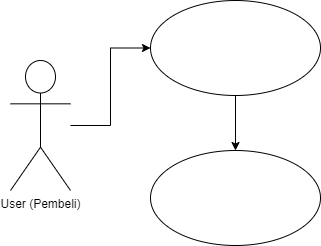
Before: Diagram Skripsi (UML).drawio.png, a diagram exported from draw.io (rifqirm/diagram-skripsi-UML-). Source tidied: cells renumbered, new cells last; positions are measured from the earlier drawing's top-left corner, leaving out a move shared by most shapes.
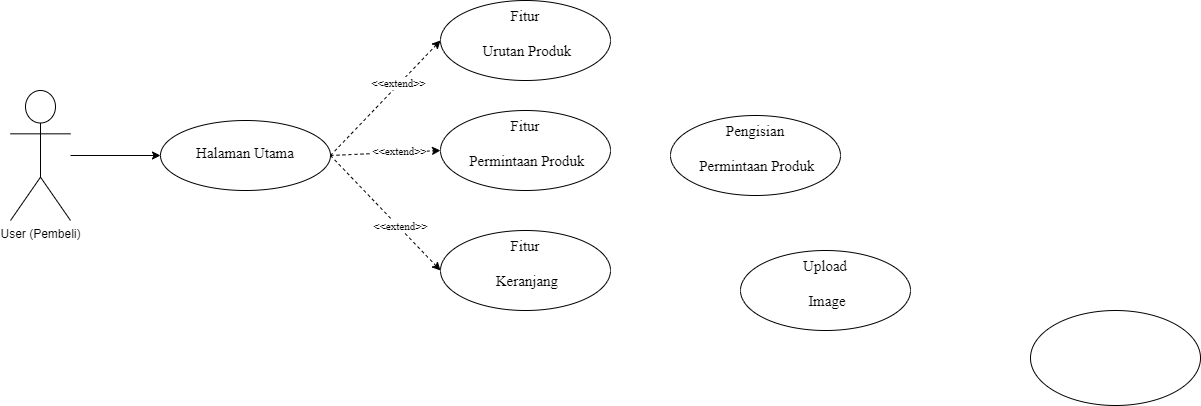
Later version of the same file.

Change to the diagram source:
```diff
@@ -6,16 +6,46 @@
       <mxGeometry relative="1" as="geometry" />
     </mxCell>
     <mxCell id="3" value="User (Pembeli)" style="shape=umlActor;verticalLabelPosition=bottom;verticalAlign=top;html=1;outlineConnect=0;" parent="1" vertex="1">
-      <mxGeometry y="60" width="60" height="130" as="geometry" />
+      <mxGeometry x="20" y="340" width="60" height="130" as="geometry" />
     </mxCell>
-    <mxCell id="4" style="edgeStyle=orthogonalEdgeStyle;rounded=0;jettySize=auto;html=1;entryX=0.5;entryY=0;entryDx=0;entryDy=0;" parent="1" edge="1" source="5" target="6">
-      <mxGeometry relative="1" as="geometry" />
-    </mxCell>
+    <mxCell id="7" style="rounded=0;jettySize=auto;html=1;entryX=0;entryY=0.5;entryDx=0;entryDy=0;exitX=1;exitY=0.5;exitDx=0;exitDy=0;dashed=1;" parent="1" edge="1" source="5" target="10">
+      <mxGeometry relative="1" as="geometry" />
+    </mxCell>
+    <mxCell id="8" value="&lt;font face=&quot;Times New Roman&quot;&gt;&amp;lt;&amp;lt;extend&amp;gt;&amp;gt;&lt;/font&gt;" style="edgeLabel;html=1;align=center;verticalAlign=middle;" parent="7" vertex="1">
+      <mxGeometry x="0.24" y="1" relative="1" as="geometry" />
+    </mxCell>
-    <mxCell id="5" style="ellipse;whiteSpace=wrap;html=1;verticalAlign=top;" parent="1" vertex="1">
-      <mxGeometry x="140" width="170" height="95" as="geometry" />
+    <mxCell id="5" value="&lt;h5&gt;&lt;span style=&quot;background-color: initial; font-weight: normal;&quot;&gt;&lt;font face=&quot;Times New Roman&quot; style=&quot;font-size: 15px;&quot;&gt;Halaman Utama&lt;/font&gt;&lt;/span&gt;&lt;/h5&gt;" style="ellipse;whiteSpace=wrap;html=1;verticalAlign=top;align=center;" parent="1" vertex="1">
+      <mxGeometry x="170" y="370" width="170" height="70" as="geometry" />
     </mxCell>
-    <mxCell id="6" style="ellipse;whiteSpace=wrap;html=1;verticalAlign=top;" parent="1" vertex="1">
-      <mxGeometry x="140" y="150" width="170" height="95" as="geometry" />
-    </mxCell>
+    <mxCell id="9" style="ellipse;whiteSpace=wrap;html=1;verticalAlign=top;" parent="1" vertex="1">
+      <mxGeometry x="1040" y="560" width="170" height="95" as="geometry" />
+    </mxCell>
+    <mxCell id="10" value="&lt;span style=&quot;background-color: initial; font-family: &amp;quot;Times New Roman&amp;quot;; font-size: 15px;&quot;&gt;Fitur&lt;/span&gt;&lt;br&gt;&lt;h5&gt;&lt;span style=&quot;background-color: initial; font-weight: normal;&quot;&gt;&lt;font face=&quot;SXUaqrXIzZQ8qQRw8iQ0&quot; style=&quot;font-size: 15px;&quot;&gt;&amp;nbsp;&lt;/font&gt;&lt;font face=&quot;Times New Roman&quot; style=&quot;font-size: 15px;&quot;&gt;Urutan Produk&lt;/font&gt;&lt;/span&gt;&lt;/h5&gt;" style="ellipse;whiteSpace=wrap;html=1;verticalAlign=top;align=center;" parent="1" vertex="1">
+      <mxGeometry x="450" y="250" width="170" height="80" as="geometry" />
+    </mxCell>
+    <mxCell id="11" value="&lt;span style=&quot;background-color: initial; font-family: &amp;quot;Times New Roman&amp;quot;; font-size: 15px;&quot;&gt;Fitur&lt;/span&gt;&lt;br&gt;&lt;h5&gt;&lt;span style=&quot;background-color: initial; font-weight: normal;&quot;&gt;&lt;font face=&quot;SXUaqrXIzZQ8qQRw8iQ0&quot; style=&quot;font-size: 15px;&quot;&gt;&amp;nbsp;&lt;/font&gt;&lt;font face=&quot;Times New Roman&quot; style=&quot;font-size: 15px;&quot;&gt;Keranjang&lt;/font&gt;&lt;/span&gt;&lt;/h5&gt;" style="ellipse;whiteSpace=wrap;html=1;verticalAlign=top;align=center;" parent="1" vertex="1">
+      <mxGeometry x="450" y="480" width="170" height="80" as="geometry" />
+    </mxCell>
+    <mxCell id="12" value="&lt;span style=&quot;background-color: initial; font-family: &amp;quot;Times New Roman&amp;quot;; font-size: 15px;&quot;&gt;Fitur&lt;/span&gt;&lt;br&gt;&lt;h5&gt;&lt;span style=&quot;background-color: initial; font-weight: normal;&quot;&gt;&lt;font face=&quot;SXUaqrXIzZQ8qQRw8iQ0&quot; style=&quot;font-size: 15px;&quot;&gt;&amp;nbsp;&lt;/font&gt;&lt;font face=&quot;Times New Roman&quot; style=&quot;font-size: 15px;&quot;&gt;Permintaan Produk&lt;/font&gt;&lt;/span&gt;&lt;/h5&gt;" style="ellipse;whiteSpace=wrap;html=1;verticalAlign=top;align=center;" parent="1" vertex="1">
+      <mxGeometry x="450" y="360" width="170" height="80" as="geometry" />
+    </mxCell>
+    <mxCell id="13" style="rounded=0;jettySize=auto;html=1;entryX=0;entryY=0.5;entryDx=0;entryDy=0;exitX=1;exitY=0.5;exitDx=0;exitDy=0;dashed=1;" parent="1" edge="1" source="5" target="12">
+      <mxGeometry relative="1" as="geometry" />
+    </mxCell>
+    <mxCell id="14" value="&lt;font face=&quot;Times New Roman&quot;&gt;&amp;lt;&amp;lt;extend&amp;gt;&amp;gt;&lt;/font&gt;" style="edgeLabel;html=1;align=center;verticalAlign=middle;" parent="13" vertex="1">
+      <mxGeometry x="0.24" y="1" relative="1" as="geometry" />
+    </mxCell>
+    <mxCell id="15" style="rounded=0;jettySize=auto;html=1;entryX=0;entryY=0.5;entryDx=0;entryDy=0;exitX=1;exitY=0.5;exitDx=0;exitDy=0;dashed=1;" parent="1" edge="1" source="5" target="11">
+      <mxGeometry relative="1" as="geometry" />
+    </mxCell>
+    <mxCell id="16" value="&lt;font face=&quot;Times New Roman&quot;&gt;&amp;lt;&amp;lt;extend&amp;gt;&amp;gt;&lt;/font&gt;" style="edgeLabel;html=1;align=center;verticalAlign=middle;" parent="15" vertex="1">
+      <mxGeometry x="0.24" y="1" relative="1" as="geometry" />
+    </mxCell>
+    <mxCell id="17" value="&lt;font face=&quot;Times New Roman&quot;&gt;&lt;span style=&quot;font-size: 15px;&quot;&gt;Pengisian&lt;/span&gt;&lt;/font&gt;&lt;br&gt;&lt;h5&gt;&lt;span style=&quot;background-color: initial; font-weight: normal;&quot;&gt;&lt;font face=&quot;SXUaqrXIzZQ8qQRw8iQ0&quot; style=&quot;font-size: 15px;&quot;&gt;&amp;nbsp;&lt;/font&gt;&lt;font face=&quot;Times New Roman&quot; style=&quot;font-size: 15px;&quot;&gt;Permintaan Produk&lt;/font&gt;&lt;/span&gt;&lt;/h5&gt;" style="ellipse;whiteSpace=wrap;html=1;verticalAlign=top;align=center;" parent="1" vertex="1">
+      <mxGeometry x="680" y="365" width="170" height="80" as="geometry" />
+    </mxCell>
+    <mxCell id="18" value="&lt;font face=&quot;Times New Roman&quot;&gt;&lt;span style=&quot;font-size: 15px;&quot;&gt;Upload&lt;/span&gt;&lt;/font&gt;&lt;br&gt;&lt;h5&gt;&lt;span style=&quot;background-color: initial; font-weight: normal;&quot;&gt;&lt;font face=&quot;SXUaqrXIzZQ8qQRw8iQ0&quot; style=&quot;font-size: 15px;&quot;&gt;&amp;nbsp;&lt;/font&gt;&lt;font face=&quot;Times New Roman&quot; style=&quot;font-size: 15px;&quot;&gt;Image&lt;/font&gt;&lt;/span&gt;&lt;/h5&gt;" style="ellipse;whiteSpace=wrap;html=1;verticalAlign=top;align=center;" parent="1" vertex="1">
+      <mxGeometry x="750" y="500" width="170" height="80" as="geometry" />
+    </mxCell>
   </root>
 </mxGraphModel>
```
